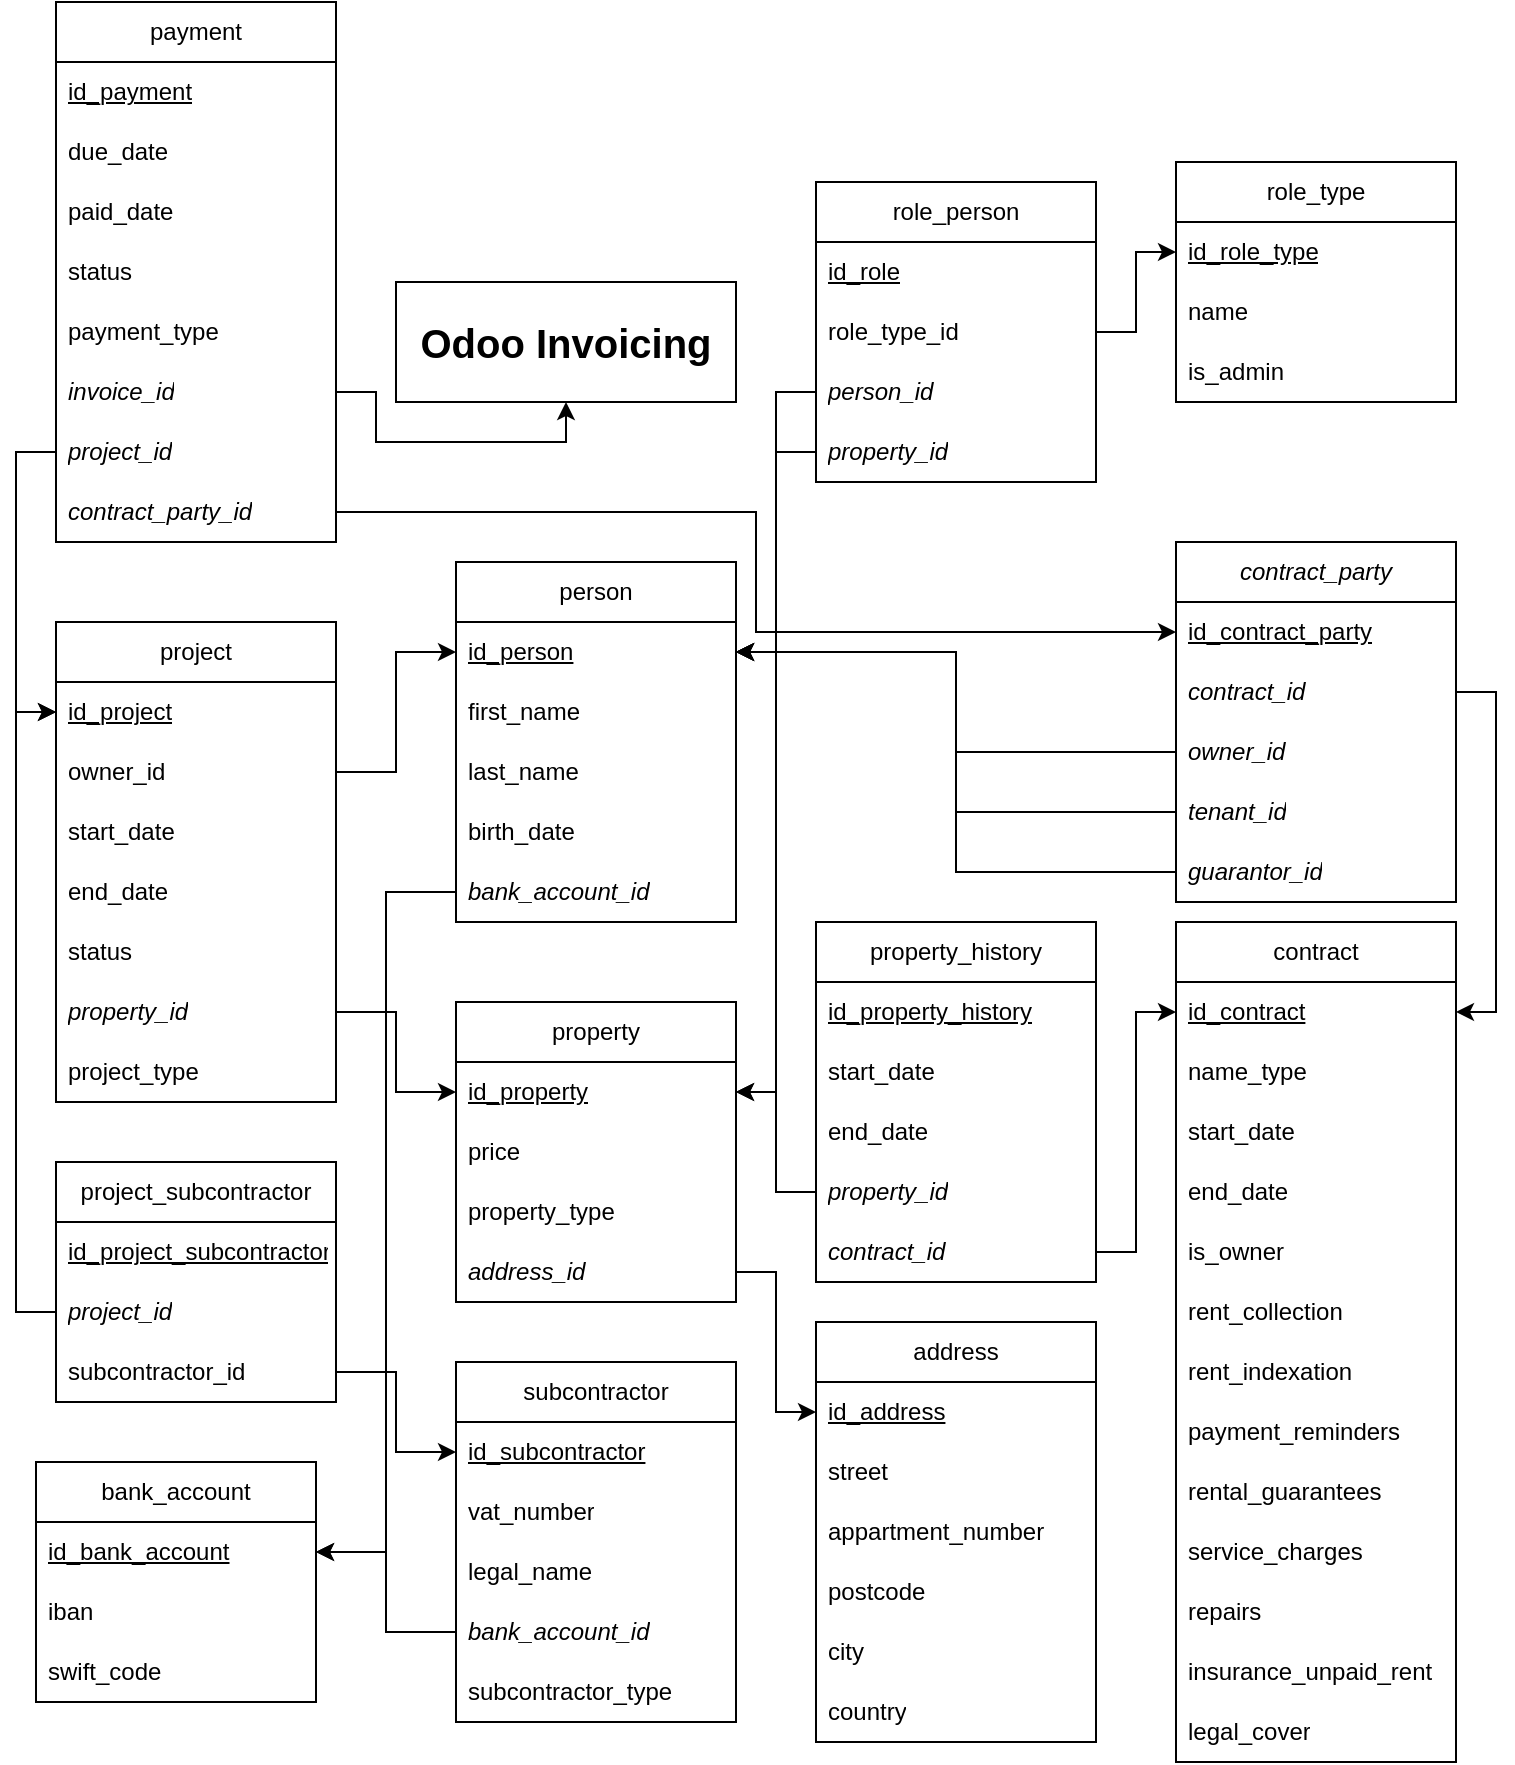
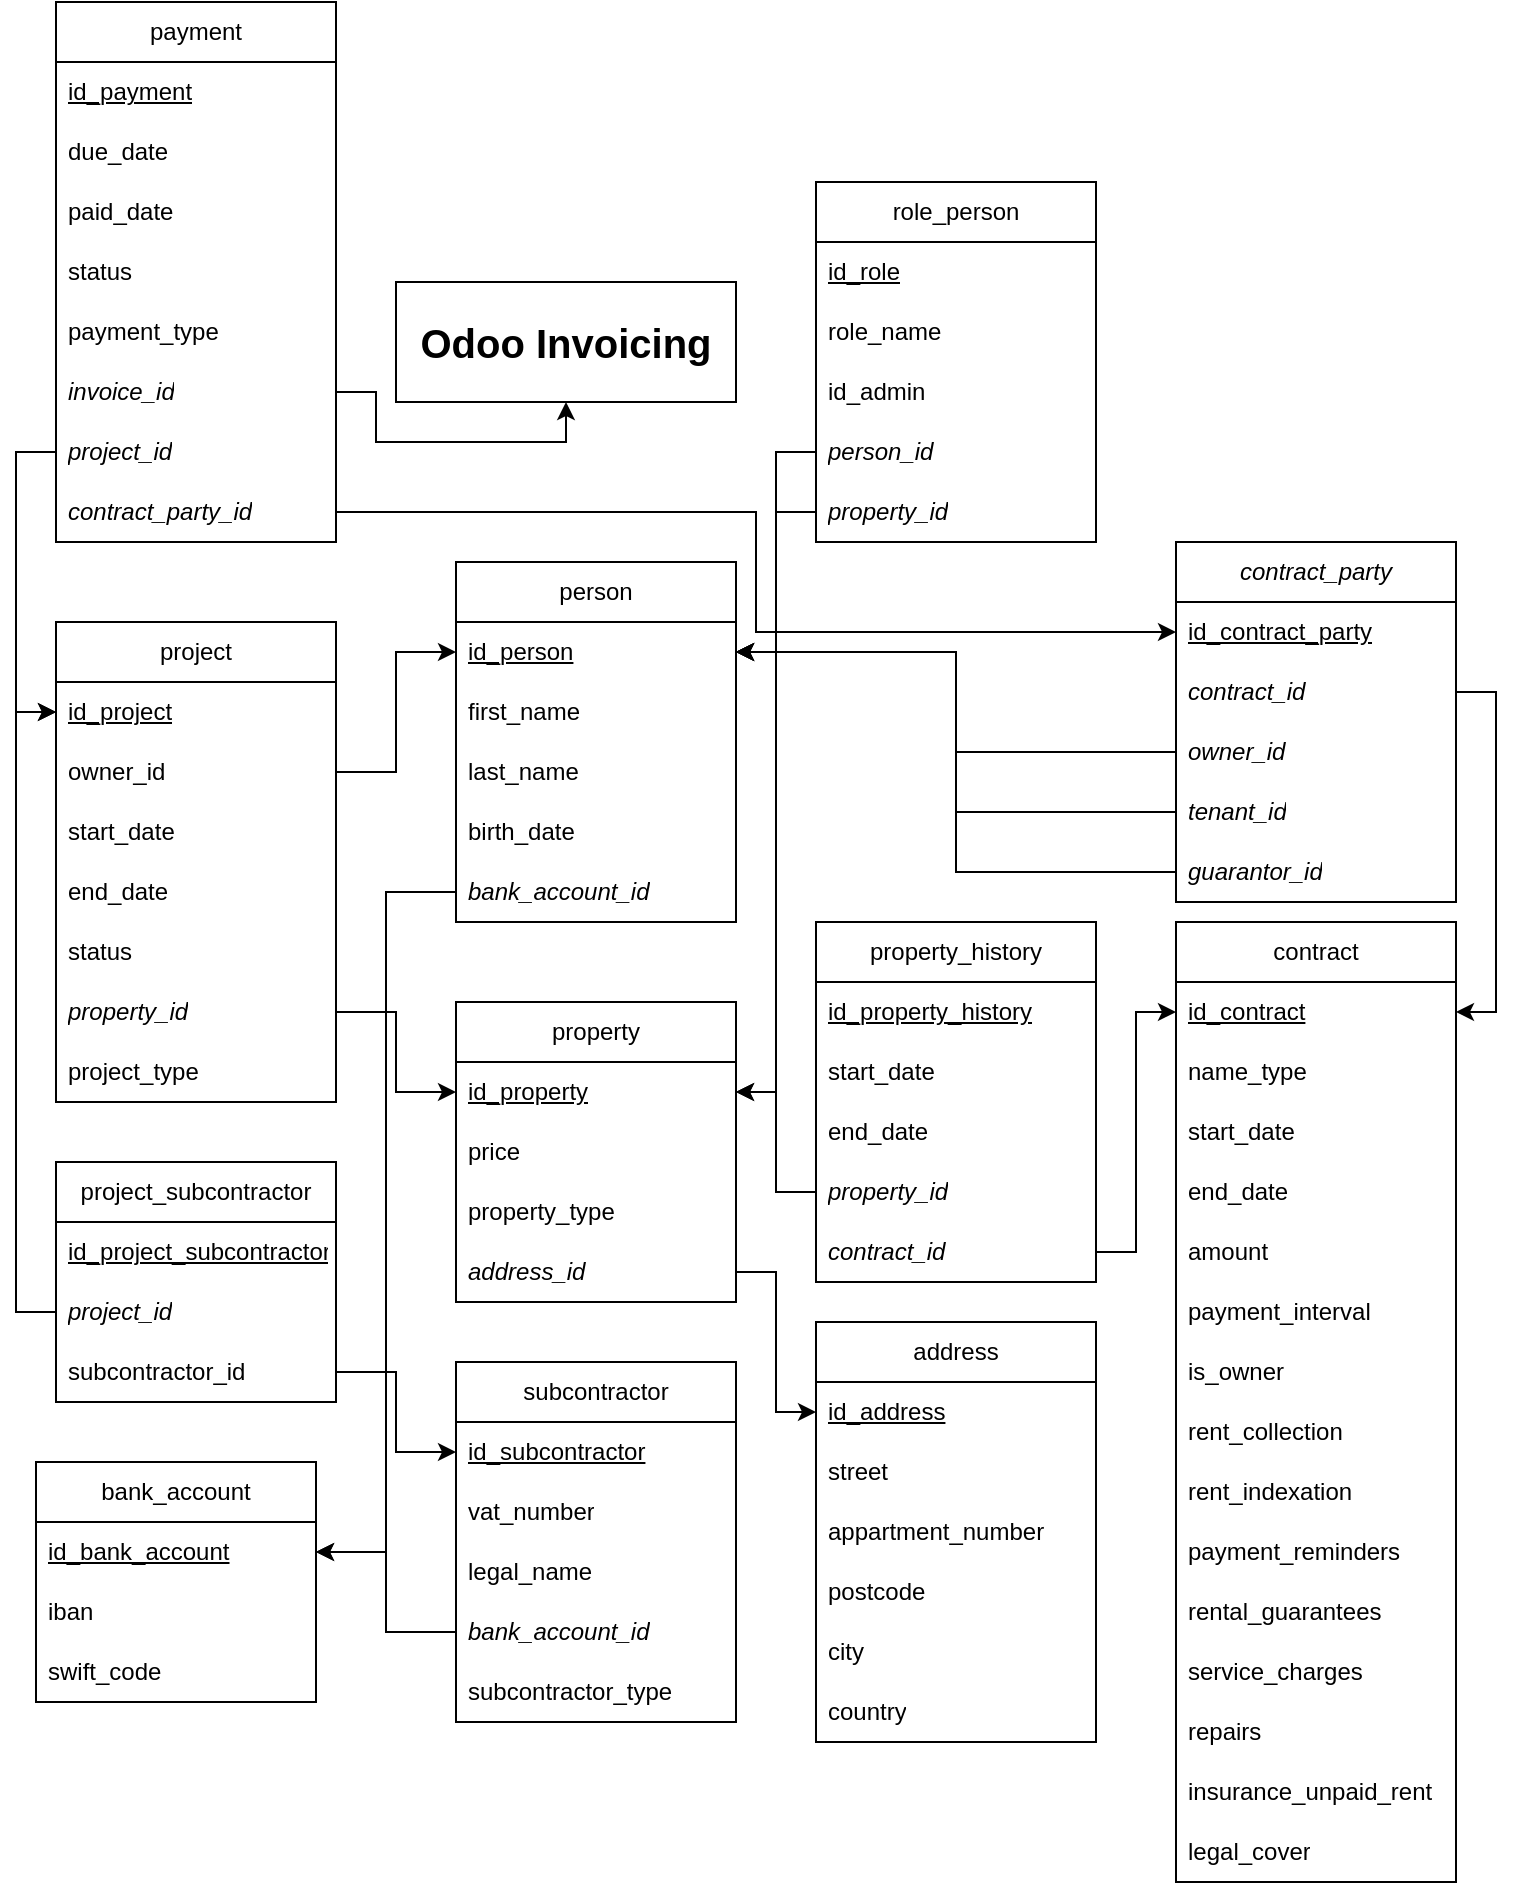
<mxfile host="app.diagrams.net">
  <diagram name="Page-1" id="N_CAwrjZhQZk1jS4N43X">
-     <mxGraphModel dx="1471" dy="1922" grid="1" gridSize="10" guides="1" tooltips="1" connect="1" arrows="1" fold="1" page="1" pageScale="1" pageWidth="827" pageHeight="1169" math="0" shadow="0">
+     <mxGraphModel dx="1046" dy="1922" grid="1" gridSize="10" guides="1" tooltips="1" connect="1" arrows="1" fold="1" page="1" pageScale="1" pageWidth="827" pageHeight="1169" math="0" shadow="0">
      <root>
        <mxCell id="0" />
        <mxCell id="1" parent="0" />
        <mxCell id="-XfJxbzq6JQ09eZ_xA_D-1" parent="1" style="swimlane;fontStyle=0;childLayout=stackLayout;horizontal=1;startSize=30;horizontalStack=0;resizeParent=1;resizeParentMax=0;resizeLast=0;collapsible=1;marginBottom=0;whiteSpace=wrap;html=1;" value="address" vertex="1">
          <mxGeometry height="210" width="140" x="450" y="480" as="geometry" />
        </mxCell>
        <mxCell id="-XfJxbzq6JQ09eZ_xA_D-2" parent="-XfJxbzq6JQ09eZ_xA_D-1" style="text;strokeColor=none;fillColor=none;align=left;verticalAlign=middle;spacingLeft=4;spacingRight=4;overflow=hidden;points=[[0,0.5],[1,0.5]];portConstraint=eastwest;rotatable=0;whiteSpace=wrap;html=1;fontStyle=4" value="id_address" vertex="1">
          <mxGeometry height="30" width="140" y="30" as="geometry" />
        </mxCell>
        <mxCell id="-XfJxbzq6JQ09eZ_xA_D-3" parent="-XfJxbzq6JQ09eZ_xA_D-1" style="text;strokeColor=none;fillColor=none;align=left;verticalAlign=middle;spacingLeft=4;spacingRight=4;overflow=hidden;points=[[0,0.5],[1,0.5]];portConstraint=eastwest;rotatable=0;whiteSpace=wrap;html=1;" value="street" vertex="1">
          <mxGeometry height="30" width="140" y="60" as="geometry" />
        </mxCell>
        <mxCell id="RtUIXuhub3uIqNVm03qg-53" parent="-XfJxbzq6JQ09eZ_xA_D-1" style="text;strokeColor=none;fillColor=none;align=left;verticalAlign=middle;spacingLeft=4;spacingRight=4;overflow=hidden;points=[[0,0.5],[1,0.5]];portConstraint=eastwest;rotatable=0;whiteSpace=wrap;html=1;" value="appartment_number" vertex="1">
          <mxGeometry height="30" width="140" y="90" as="geometry" />
        </mxCell>
        <mxCell id="-XfJxbzq6JQ09eZ_xA_D-4" parent="-XfJxbzq6JQ09eZ_xA_D-1" style="text;strokeColor=none;fillColor=none;align=left;verticalAlign=middle;spacingLeft=4;spacingRight=4;overflow=hidden;points=[[0,0.5],[1,0.5]];portConstraint=eastwest;rotatable=0;whiteSpace=wrap;html=1;" value="postcode" vertex="1">
          <mxGeometry height="30" width="140" y="120" as="geometry" />
        </mxCell>
        <mxCell id="-XfJxbzq6JQ09eZ_xA_D-29" parent="-XfJxbzq6JQ09eZ_xA_D-1" style="text;strokeColor=none;fillColor=none;align=left;verticalAlign=middle;spacingLeft=4;spacingRight=4;overflow=hidden;points=[[0,0.5],[1,0.5]];portConstraint=eastwest;rotatable=0;whiteSpace=wrap;html=1;" value="city" vertex="1">
          <mxGeometry height="30" width="140" y="150" as="geometry" />
        </mxCell>
        <mxCell id="-XfJxbzq6JQ09eZ_xA_D-30" parent="-XfJxbzq6JQ09eZ_xA_D-1" style="text;strokeColor=none;fillColor=none;align=left;verticalAlign=middle;spacingLeft=4;spacingRight=4;overflow=hidden;points=[[0,0.5],[1,0.5]];portConstraint=eastwest;rotatable=0;whiteSpace=wrap;html=1;" value="country" vertex="1">
          <mxGeometry height="30" width="140" y="180" as="geometry" />
        </mxCell>
        <mxCell id="-XfJxbzq6JQ09eZ_xA_D-5" parent="1" style="swimlane;fontStyle=0;childLayout=stackLayout;horizontal=1;startSize=30;horizontalStack=0;resizeParent=1;resizeParentMax=0;resizeLast=0;collapsible=1;marginBottom=0;whiteSpace=wrap;html=1;" value="role_person" vertex="1">
-           <mxGeometry height="150" width="140" x="450" y="-90" as="geometry" />
+           <mxGeometry height="180" width="140" x="450" y="-90" as="geometry" />
        </mxCell>
        <mxCell id="-XfJxbzq6JQ09eZ_xA_D-6" parent="-XfJxbzq6JQ09eZ_xA_D-5" style="text;strokeColor=none;fillColor=none;align=left;verticalAlign=middle;spacingLeft=4;spacingRight=4;overflow=hidden;points=[[0,0.5],[1,0.5]];portConstraint=eastwest;rotatable=0;whiteSpace=wrap;html=1;fontStyle=4" value="id_role" vertex="1">
          <mxGeometry height="30" width="140" y="30" as="geometry" />
        </mxCell>
-         <mxCell id="-XfJxbzq6JQ09eZ_xA_D-7" parent="-XfJxbzq6JQ09eZ_xA_D-5" style="text;strokeColor=none;fillColor=none;align=left;verticalAlign=middle;spacingLeft=4;spacingRight=4;overflow=hidden;points=[[0,0.5],[1,0.5]];portConstraint=eastwest;rotatable=0;whiteSpace=wrap;html=1;" value="role_type_id" vertex="1">
-           <mxGeometry height="30" width="140" y="60" as="geometry" />
+         <mxCell id="-XfJxbzq6JQ09eZ_xA_D-7" parent="-XfJxbzq6JQ09eZ_xA_D-5" style="text;strokeColor=none;fillColor=none;align=left;verticalAlign=middle;spacingLeft=4;spacingRight=4;overflow=hidden;points=[[0,0.5],[1,0.5]];portConstraint=eastwest;rotatable=0;whiteSpace=wrap;html=1;" value="role_name" vertex="1">
+           <mxGeometry height="30" width="140" y="60" as="geometry" />
+         </mxCell>
+         <mxCell id="RtUIXuhub3uIqNVm03qg-79" parent="-XfJxbzq6JQ09eZ_xA_D-5" style="text;strokeColor=none;fillColor=none;align=left;verticalAlign=middle;spacingLeft=4;spacingRight=4;overflow=hidden;points=[[0,0.5],[1,0.5]];portConstraint=eastwest;rotatable=0;whiteSpace=wrap;html=1;" value="id_admin" vertex="1">
+           <mxGeometry height="30" width="140" y="90" as="geometry" />
        </mxCell>
        <mxCell id="-XfJxbzq6JQ09eZ_xA_D-50" parent="-XfJxbzq6JQ09eZ_xA_D-5" style="text;strokeColor=none;fillColor=none;align=left;verticalAlign=middle;spacingLeft=4;spacingRight=4;overflow=hidden;points=[[0,0.5],[1,0.5]];portConstraint=eastwest;rotatable=0;whiteSpace=wrap;html=1;fontStyle=2" value="person_id" vertex="1">
-           <mxGeometry height="30" width="140" y="90" as="geometry" />
+           <mxGeometry height="30" width="140" y="120" as="geometry" />
        </mxCell>
        <mxCell id="-XfJxbzq6JQ09eZ_xA_D-51" parent="-XfJxbzq6JQ09eZ_xA_D-5" style="text;strokeColor=none;fillColor=none;align=left;verticalAlign=middle;spacingLeft=4;spacingRight=4;overflow=hidden;points=[[0,0.5],[1,0.5]];portConstraint=eastwest;rotatable=0;whiteSpace=wrap;html=1;fontStyle=2" value="property_id" vertex="1">
-           <mxGeometry height="30" width="140" y="120" as="geometry" />
+           <mxGeometry height="30" width="140" y="150" as="geometry" />
        </mxCell>
        <mxCell id="-XfJxbzq6JQ09eZ_xA_D-9" parent="1" style="swimlane;fontStyle=0;childLayout=stackLayout;horizontal=1;startSize=30;horizontalStack=0;resizeParent=1;resizeParentMax=0;resizeLast=0;collapsible=1;marginBottom=0;whiteSpace=wrap;html=1;" value="person" vertex="1">
          <mxGeometry height="180" width="140" x="270" y="100" as="geometry" />
        </mxCell>
        <mxCell id="-XfJxbzq6JQ09eZ_xA_D-10" parent="-XfJxbzq6JQ09eZ_xA_D-9" style="text;strokeColor=none;fillColor=none;align=left;verticalAlign=middle;spacingLeft=4;spacingRight=4;overflow=hidden;points=[[0,0.5],[1,0.5]];portConstraint=eastwest;rotatable=0;whiteSpace=wrap;html=1;fontStyle=4" value="id_person" vertex="1">
          <mxGeometry height="30" width="140" y="30" as="geometry" />
        </mxCell>
        <mxCell id="-XfJxbzq6JQ09eZ_xA_D-11" parent="-XfJxbzq6JQ09eZ_xA_D-9" style="text;strokeColor=none;fillColor=none;align=left;verticalAlign=middle;spacingLeft=4;spacingRight=4;overflow=hidden;points=[[0,0.5],[1,0.5]];portConstraint=eastwest;rotatable=0;whiteSpace=wrap;html=1;" value="first_name" vertex="1">
          <mxGeometry height="30" width="140" y="60" as="geometry" />
        </mxCell>
        <mxCell id="-XfJxbzq6JQ09eZ_xA_D-12" parent="-XfJxbzq6JQ09eZ_xA_D-9" style="text;strokeColor=none;fillColor=none;align=left;verticalAlign=middle;spacingLeft=4;spacingRight=4;overflow=hidden;points=[[0,0.5],[1,0.5]];portConstraint=eastwest;rotatable=0;whiteSpace=wrap;html=1;" value="last_name" vertex="1">
          <mxGeometry height="30" width="140" y="90" as="geometry" />
        </mxCell>
        <mxCell id="-XfJxbzq6JQ09eZ_xA_D-34" parent="-XfJxbzq6JQ09eZ_xA_D-9" style="text;strokeColor=none;fillColor=none;align=left;verticalAlign=middle;spacingLeft=4;spacingRight=4;overflow=hidden;points=[[0,0.5],[1,0.5]];portConstraint=eastwest;rotatable=0;whiteSpace=wrap;html=1;" value="birth_date" vertex="1">
          <mxGeometry height="30" width="140" y="120" as="geometry" />
        </mxCell>
        <mxCell id="RtUIXuhub3uIqNVm03qg-64" parent="-XfJxbzq6JQ09eZ_xA_D-9" style="text;strokeColor=none;fillColor=none;align=left;verticalAlign=middle;spacingLeft=4;spacingRight=4;overflow=hidden;points=[[0,0.5],[1,0.5]];portConstraint=eastwest;rotatable=0;whiteSpace=wrap;html=1;fontStyle=2" value="bank_account_id" vertex="1">
          <mxGeometry height="30" width="140" y="150" as="geometry" />
        </mxCell>
        <mxCell id="-XfJxbzq6JQ09eZ_xA_D-13" parent="1" style="swimlane;fontStyle=0;childLayout=stackLayout;horizontal=1;startSize=30;horizontalStack=0;resizeParent=1;resizeParentMax=0;resizeLast=0;collapsible=1;marginBottom=0;whiteSpace=wrap;html=1;" value="subcontractor" vertex="1">
          <mxGeometry height="180" width="140" x="270" y="500" as="geometry" />
        </mxCell>
        <mxCell id="-XfJxbzq6JQ09eZ_xA_D-14" parent="-XfJxbzq6JQ09eZ_xA_D-13" style="text;strokeColor=none;fillColor=none;align=left;verticalAlign=middle;spacingLeft=4;spacingRight=4;overflow=hidden;points=[[0,0.5],[1,0.5]];portConstraint=eastwest;rotatable=0;whiteSpace=wrap;html=1;fontStyle=4" value="id_subcontractor" vertex="1">
          <mxGeometry height="30" width="140" y="30" as="geometry" />
        </mxCell>
        <mxCell id="-XfJxbzq6JQ09eZ_xA_D-15" parent="-XfJxbzq6JQ09eZ_xA_D-13" style="text;strokeColor=none;fillColor=none;align=left;verticalAlign=middle;spacingLeft=4;spacingRight=4;overflow=hidden;points=[[0,0.5],[1,0.5]];portConstraint=eastwest;rotatable=0;whiteSpace=wrap;html=1;" value="vat_number" vertex="1">
          <mxGeometry height="30" width="140" y="60" as="geometry" />
        </mxCell>
        <mxCell id="-XfJxbzq6JQ09eZ_xA_D-16" parent="-XfJxbzq6JQ09eZ_xA_D-13" style="text;strokeColor=none;fillColor=none;align=left;verticalAlign=middle;spacingLeft=4;spacingRight=4;overflow=hidden;points=[[0,0.5],[1,0.5]];portConstraint=eastwest;rotatable=0;whiteSpace=wrap;html=1;" value="legal_name" vertex="1">
          <mxGeometry height="30" width="140" y="90" as="geometry" />
        </mxCell>
        <mxCell id="-XfJxbzq6JQ09eZ_xA_D-32" parent="-XfJxbzq6JQ09eZ_xA_D-13" style="text;strokeColor=none;fillColor=none;align=left;verticalAlign=middle;spacingLeft=4;spacingRight=4;overflow=hidden;points=[[0,0.5],[1,0.5]];portConstraint=eastwest;rotatable=0;whiteSpace=wrap;html=1;fontStyle=2" value="bank_account_id" vertex="1">
          <mxGeometry height="30" width="140" y="120" as="geometry" />
        </mxCell>
        <mxCell id="-XfJxbzq6JQ09eZ_xA_D-31" parent="-XfJxbzq6JQ09eZ_xA_D-13" style="text;strokeColor=none;fillColor=none;align=left;verticalAlign=middle;spacingLeft=4;spacingRight=4;overflow=hidden;points=[[0,0.5],[1,0.5]];portConstraint=eastwest;rotatable=0;whiteSpace=wrap;html=1;fontStyle=0" value="subcontractor_type" vertex="1">
          <mxGeometry height="30" width="140" y="150" as="geometry" />
        </mxCell>
        <mxCell id="-XfJxbzq6JQ09eZ_xA_D-21" parent="1" style="swimlane;fontStyle=0;childLayout=stackLayout;horizontal=1;startSize=30;horizontalStack=0;resizeParent=1;resizeParentMax=0;resizeLast=0;collapsible=1;marginBottom=0;whiteSpace=wrap;html=1;" value="property" vertex="1">
          <mxGeometry height="150" width="140" x="270" y="320" as="geometry" />
        </mxCell>
        <mxCell id="-XfJxbzq6JQ09eZ_xA_D-22" parent="-XfJxbzq6JQ09eZ_xA_D-21" style="text;strokeColor=none;fillColor=none;align=left;verticalAlign=middle;spacingLeft=4;spacingRight=4;overflow=hidden;points=[[0,0.5],[1,0.5]];portConstraint=eastwest;rotatable=0;whiteSpace=wrap;html=1;fontStyle=4" value="id_property" vertex="1">
          <mxGeometry height="30" width="140" y="30" as="geometry" />
        </mxCell>
        <mxCell id="-XfJxbzq6JQ09eZ_xA_D-23" parent="-XfJxbzq6JQ09eZ_xA_D-21" style="text;strokeColor=none;fillColor=none;align=left;verticalAlign=middle;spacingLeft=4;spacingRight=4;overflow=hidden;points=[[0,0.5],[1,0.5]];portConstraint=eastwest;rotatable=0;whiteSpace=wrap;html=1;" value="price" vertex="1">
          <mxGeometry height="30" width="140" y="60" as="geometry" />
        </mxCell>
        <mxCell id="-XfJxbzq6JQ09eZ_xA_D-41" parent="-XfJxbzq6JQ09eZ_xA_D-21" style="text;strokeColor=none;fillColor=none;align=left;verticalAlign=middle;spacingLeft=4;spacingRight=4;overflow=hidden;points=[[0,0.5],[1,0.5]];portConstraint=eastwest;rotatable=0;whiteSpace=wrap;html=1;fontStyle=0" value="property_type" vertex="1">
          <mxGeometry height="30" width="140" y="90" as="geometry" />
        </mxCell>
        <mxCell id="-XfJxbzq6JQ09eZ_xA_D-35" parent="-XfJxbzq6JQ09eZ_xA_D-21" style="text;strokeColor=none;fillColor=none;align=left;verticalAlign=middle;spacingLeft=4;spacingRight=4;overflow=hidden;points=[[0,0.5],[1,0.5]];portConstraint=eastwest;rotatable=0;whiteSpace=wrap;html=1;fontStyle=2" value="address_id" vertex="1">
          <mxGeometry height="30" width="140" y="120" as="geometry" />
        </mxCell>
        <mxCell id="-XfJxbzq6JQ09eZ_xA_D-36" edge="1" parent="1" source="-XfJxbzq6JQ09eZ_xA_D-35" style="edgeStyle=orthogonalEdgeStyle;rounded=0;orthogonalLoop=1;jettySize=auto;html=1;exitX=1;exitY=0.5;exitDx=0;exitDy=0;entryX=0;entryY=0.5;entryDx=0;entryDy=0;" target="-XfJxbzq6JQ09eZ_xA_D-2">
          <mxGeometry relative="1" as="geometry" />
        </mxCell>
-         <mxCell id="-XfJxbzq6JQ09eZ_xA_D-47" parent="1" style="swimlane;fontStyle=0;childLayout=stackLayout;horizontal=1;startSize=30;horizontalStack=0;resizeParent=1;resizeParentMax=0;resizeLast=0;collapsible=1;marginBottom=0;whiteSpace=wrap;html=1;" value="role_type" vertex="1">
-           <mxGeometry height="120" width="140" x="630" y="-100" as="geometry" />
-         </mxCell>
-         <mxCell id="-XfJxbzq6JQ09eZ_xA_D-48" parent="-XfJxbzq6JQ09eZ_xA_D-47" style="text;strokeColor=none;fillColor=none;align=left;verticalAlign=middle;spacingLeft=4;spacingRight=4;overflow=hidden;points=[[0,0.5],[1,0.5]];portConstraint=eastwest;rotatable=0;whiteSpace=wrap;html=1;fontStyle=4" value="id_role_type" vertex="1">
-           <mxGeometry height="30" width="140" y="30" as="geometry" />
-         </mxCell>
-         <mxCell id="-XfJxbzq6JQ09eZ_xA_D-49" parent="-XfJxbzq6JQ09eZ_xA_D-47" style="text;strokeColor=none;fillColor=none;align=left;verticalAlign=middle;spacingLeft=4;spacingRight=4;overflow=hidden;points=[[0,0.5],[1,0.5]];portConstraint=eastwest;rotatable=0;whiteSpace=wrap;html=1;" value="name" vertex="1">
-           <mxGeometry height="30" width="140" y="60" as="geometry" />
-         </mxCell>
-         <mxCell id="RtUIXuhub3uIqNVm03qg-21" parent="-XfJxbzq6JQ09eZ_xA_D-47" style="text;strokeColor=none;fillColor=none;align=left;verticalAlign=middle;spacingLeft=4;spacingRight=4;overflow=hidden;points=[[0,0.5],[1,0.5]];portConstraint=eastwest;rotatable=0;whiteSpace=wrap;html=1;" value="is_admin" vertex="1">
-           <mxGeometry height="30" width="140" y="90" as="geometry" />
-         </mxCell>
-         <mxCell id="-XfJxbzq6JQ09eZ_xA_D-52" edge="1" parent="1" source="-XfJxbzq6JQ09eZ_xA_D-7" style="edgeStyle=orthogonalEdgeStyle;rounded=0;orthogonalLoop=1;jettySize=auto;html=1;exitX=1;exitY=0.5;exitDx=0;exitDy=0;entryX=0;entryY=0.5;entryDx=0;entryDy=0;" target="-XfJxbzq6JQ09eZ_xA_D-48">
-           <mxGeometry relative="1" as="geometry" />
-         </mxCell>
        <mxCell id="-XfJxbzq6JQ09eZ_xA_D-53" edge="1" parent="1" source="-XfJxbzq6JQ09eZ_xA_D-50" style="edgeStyle=orthogonalEdgeStyle;rounded=0;orthogonalLoop=1;jettySize=auto;html=1;exitX=0;exitY=0.5;exitDx=0;exitDy=0;entryX=1;entryY=0.5;entryDx=0;entryDy=0;" target="-XfJxbzq6JQ09eZ_xA_D-10">
          <mxGeometry relative="1" as="geometry" />
        </mxCell>
        <mxCell id="-XfJxbzq6JQ09eZ_xA_D-54" edge="1" parent="1" source="-XfJxbzq6JQ09eZ_xA_D-51" style="edgeStyle=orthogonalEdgeStyle;rounded=0;orthogonalLoop=1;jettySize=auto;html=1;exitX=0;exitY=0.5;exitDx=0;exitDy=0;entryX=1;entryY=0.5;entryDx=0;entryDy=0;" target="-XfJxbzq6JQ09eZ_xA_D-22">
          <mxGeometry relative="1" as="geometry" />
        </mxCell>
        <mxCell id="-XfJxbzq6JQ09eZ_xA_D-55" parent="1" style="swimlane;fontStyle=0;childLayout=stackLayout;horizontal=1;startSize=30;horizontalStack=0;resizeParent=1;resizeParentMax=0;resizeLast=0;collapsible=1;marginBottom=0;whiteSpace=wrap;html=1;" value="project" vertex="1">
          <mxGeometry height="240" width="140" x="70" y="130" as="geometry" />
        </mxCell>
        <mxCell id="-XfJxbzq6JQ09eZ_xA_D-56" parent="-XfJxbzq6JQ09eZ_xA_D-55" style="text;strokeColor=none;fillColor=none;align=left;verticalAlign=middle;spacingLeft=4;spacingRight=4;overflow=hidden;points=[[0,0.5],[1,0.5]];portConstraint=eastwest;rotatable=0;whiteSpace=wrap;html=1;fontStyle=4" value="id_project" vertex="1">
          <mxGeometry height="30" width="140" y="30" as="geometry" />
        </mxCell>
        <mxCell id="-XfJxbzq6JQ09eZ_xA_D-73" parent="-XfJxbzq6JQ09eZ_xA_D-55" style="text;strokeColor=none;fillColor=none;align=left;verticalAlign=middle;spacingLeft=4;spacingRight=4;overflow=hidden;points=[[0,0.5],[1,0.5]];portConstraint=eastwest;rotatable=0;whiteSpace=wrap;html=1;fontStyle=0" value="owner_id" vertex="1">
          <mxGeometry height="30" width="140" y="60" as="geometry" />
        </mxCell>
        <mxCell id="-XfJxbzq6JQ09eZ_xA_D-84" parent="-XfJxbzq6JQ09eZ_xA_D-55" style="text;strokeColor=none;fillColor=none;align=left;verticalAlign=middle;spacingLeft=4;spacingRight=4;overflow=hidden;points=[[0,0.5],[1,0.5]];portConstraint=eastwest;rotatable=0;whiteSpace=wrap;html=1;fontStyle=0" value="start_date" vertex="1">
          <mxGeometry height="30" width="140" y="90" as="geometry" />
        </mxCell>
        <mxCell id="-XfJxbzq6JQ09eZ_xA_D-83" parent="-XfJxbzq6JQ09eZ_xA_D-55" style="text;strokeColor=none;fillColor=none;align=left;verticalAlign=middle;spacingLeft=4;spacingRight=4;overflow=hidden;points=[[0,0.5],[1,0.5]];portConstraint=eastwest;rotatable=0;whiteSpace=wrap;html=1;fontStyle=0" value="end_date" vertex="1">
          <mxGeometry height="30" width="140" y="120" as="geometry" />
        </mxCell>
        <mxCell id="-XfJxbzq6JQ09eZ_xA_D-75" parent="-XfJxbzq6JQ09eZ_xA_D-55" style="text;strokeColor=none;fillColor=none;align=left;verticalAlign=middle;spacingLeft=4;spacingRight=4;overflow=hidden;points=[[0,0.5],[1,0.5]];portConstraint=eastwest;rotatable=0;whiteSpace=wrap;html=1;fontStyle=0" value="status" vertex="1">
          <mxGeometry height="30" width="140" y="150" as="geometry" />
        </mxCell>
        <mxCell id="-XfJxbzq6JQ09eZ_xA_D-57" parent="-XfJxbzq6JQ09eZ_xA_D-55" style="text;strokeColor=none;fillColor=none;align=left;verticalAlign=middle;spacingLeft=4;spacingRight=4;overflow=hidden;points=[[0,0.5],[1,0.5]];portConstraint=eastwest;rotatable=0;whiteSpace=wrap;html=1;fontStyle=2" value="property_id" vertex="1">
          <mxGeometry height="30" width="140" y="180" as="geometry" />
        </mxCell>
        <mxCell id="-XfJxbzq6JQ09eZ_xA_D-58" parent="-XfJxbzq6JQ09eZ_xA_D-55" style="text;strokeColor=none;fillColor=none;align=left;verticalAlign=middle;spacingLeft=4;spacingRight=4;overflow=hidden;points=[[0,0.5],[1,0.5]];portConstraint=eastwest;rotatable=0;whiteSpace=wrap;html=1;fontStyle=0" value="project_type" vertex="1">
          <mxGeometry height="30" width="140" y="210" as="geometry" />
        </mxCell>
        <mxCell id="-XfJxbzq6JQ09eZ_xA_D-59" edge="1" parent="1" source="-XfJxbzq6JQ09eZ_xA_D-57" style="edgeStyle=orthogonalEdgeStyle;rounded=0;orthogonalLoop=1;jettySize=auto;html=1;exitX=1;exitY=0.5;exitDx=0;exitDy=0;entryX=0;entryY=0.5;entryDx=0;entryDy=0;" target="-XfJxbzq6JQ09eZ_xA_D-22">
          <mxGeometry relative="1" as="geometry" />
        </mxCell>
        <mxCell id="-XfJxbzq6JQ09eZ_xA_D-67" parent="1" style="swimlane;fontStyle=0;childLayout=stackLayout;horizontal=1;startSize=30;horizontalStack=0;resizeParent=1;resizeParentMax=0;resizeLast=0;collapsible=1;marginBottom=0;whiteSpace=wrap;html=1;" value="project_subcontractor" vertex="1">
          <mxGeometry height="120" width="140" x="70" y="400" as="geometry" />
        </mxCell>
        <mxCell id="-XfJxbzq6JQ09eZ_xA_D-68" parent="-XfJxbzq6JQ09eZ_xA_D-67" style="text;strokeColor=none;fillColor=none;align=left;verticalAlign=middle;spacingLeft=4;spacingRight=4;overflow=hidden;points=[[0,0.5],[1,0.5]];portConstraint=eastwest;rotatable=0;whiteSpace=wrap;html=1;fontStyle=4" value="id_project_subcontractor" vertex="1">
          <mxGeometry height="30" width="140" y="30" as="geometry" />
        </mxCell>
        <mxCell id="-XfJxbzq6JQ09eZ_xA_D-70" parent="-XfJxbzq6JQ09eZ_xA_D-67" style="text;strokeColor=none;fillColor=none;align=left;verticalAlign=middle;spacingLeft=4;spacingRight=4;overflow=hidden;points=[[0,0.5],[1,0.5]];portConstraint=eastwest;rotatable=0;whiteSpace=wrap;html=1;fontStyle=2" value="project_id" vertex="1">
          <mxGeometry height="30" width="140" y="60" as="geometry" />
        </mxCell>
        <mxCell id="-XfJxbzq6JQ09eZ_xA_D-69" parent="-XfJxbzq6JQ09eZ_xA_D-67" style="text;strokeColor=none;fillColor=none;align=left;verticalAlign=middle;spacingLeft=4;spacingRight=4;overflow=hidden;points=[[0,0.5],[1,0.5]];portConstraint=eastwest;rotatable=0;whiteSpace=wrap;html=1;" value="subcontractor_id" vertex="1">
          <mxGeometry height="30" width="140" y="90" as="geometry" />
        </mxCell>
        <mxCell id="-XfJxbzq6JQ09eZ_xA_D-71" edge="1" parent="1" source="-XfJxbzq6JQ09eZ_xA_D-70" style="edgeStyle=orthogonalEdgeStyle;rounded=0;orthogonalLoop=1;jettySize=auto;html=1;exitX=0;exitY=0.5;exitDx=0;exitDy=0;entryX=0;entryY=0.5;entryDx=0;entryDy=0;" target="-XfJxbzq6JQ09eZ_xA_D-56">
          <mxGeometry relative="1" as="geometry" />
        </mxCell>
        <mxCell id="-XfJxbzq6JQ09eZ_xA_D-72" edge="1" parent="1" source="-XfJxbzq6JQ09eZ_xA_D-69" style="edgeStyle=orthogonalEdgeStyle;rounded=0;orthogonalLoop=1;jettySize=auto;html=1;exitX=1;exitY=0.5;exitDx=0;exitDy=0;" target="-XfJxbzq6JQ09eZ_xA_D-14">
          <mxGeometry relative="1" as="geometry" />
        </mxCell>
        <mxCell id="-XfJxbzq6JQ09eZ_xA_D-74" edge="1" parent="1" source="-XfJxbzq6JQ09eZ_xA_D-73" style="edgeStyle=orthogonalEdgeStyle;rounded=0;orthogonalLoop=1;jettySize=auto;html=1;exitX=1;exitY=0.5;exitDx=0;exitDy=0;" target="-XfJxbzq6JQ09eZ_xA_D-10">
          <mxGeometry relative="1" as="geometry" />
        </mxCell>
        <mxCell id="hiM_5lz4yuGm2L0x1Q8l-1" parent="1" style="swimlane;fontStyle=0;childLayout=stackLayout;horizontal=1;startSize=30;horizontalStack=0;resizeParent=1;resizeParentMax=0;resizeLast=0;collapsible=1;marginBottom=0;whiteSpace=wrap;html=1;" value="payment" vertex="1">
          <mxGeometry height="270" width="140" x="70" y="-180" as="geometry" />
        </mxCell>
        <mxCell id="hiM_5lz4yuGm2L0x1Q8l-2" parent="hiM_5lz4yuGm2L0x1Q8l-1" style="text;strokeColor=none;fillColor=none;align=left;verticalAlign=middle;spacingLeft=4;spacingRight=4;overflow=hidden;points=[[0,0.5],[1,0.5]];portConstraint=eastwest;rotatable=0;whiteSpace=wrap;html=1;fontStyle=4" value="id_payment" vertex="1">
          <mxGeometry height="30" width="140" y="30" as="geometry" />
        </mxCell>
        <mxCell id="RtUIXuhub3uIqNVm03qg-2" parent="hiM_5lz4yuGm2L0x1Q8l-1" style="text;strokeColor=none;fillColor=none;align=left;verticalAlign=middle;spacingLeft=4;spacingRight=4;overflow=hidden;points=[[0,0.5],[1,0.5]];portConstraint=eastwest;rotatable=0;whiteSpace=wrap;html=1;" value="due_date" vertex="1">
          <mxGeometry height="30" width="140" y="60" as="geometry" />
        </mxCell>
        <mxCell id="hiM_5lz4yuGm2L0x1Q8l-3" parent="hiM_5lz4yuGm2L0x1Q8l-1" style="text;strokeColor=none;fillColor=none;align=left;verticalAlign=middle;spacingLeft=4;spacingRight=4;overflow=hidden;points=[[0,0.5],[1,0.5]];portConstraint=eastwest;rotatable=0;whiteSpace=wrap;html=1;" value="paid_date" vertex="1">
          <mxGeometry height="30" width="140" y="90" as="geometry" />
        </mxCell>
        <mxCell id="RtUIXuhub3uIqNVm03qg-1" parent="hiM_5lz4yuGm2L0x1Q8l-1" style="text;strokeColor=none;fillColor=none;align=left;verticalAlign=middle;spacingLeft=4;spacingRight=4;overflow=hidden;points=[[0,0.5],[1,0.5]];portConstraint=eastwest;rotatable=0;whiteSpace=wrap;html=1;" value="status" vertex="1">
          <mxGeometry height="30" width="140" y="120" as="geometry" />
        </mxCell>
        <mxCell id="RtUIXuhub3uIqNVm03qg-11" parent="hiM_5lz4yuGm2L0x1Q8l-1" style="text;strokeColor=none;fillColor=none;align=left;verticalAlign=middle;spacingLeft=4;spacingRight=4;overflow=hidden;points=[[0,0.5],[1,0.5]];portConstraint=eastwest;rotatable=0;whiteSpace=wrap;html=1;fontStyle=0" value="payment_type" vertex="1">
          <mxGeometry height="30" width="140" y="150" as="geometry" />
        </mxCell>
        <mxCell id="hiM_5lz4yuGm2L0x1Q8l-4" parent="hiM_5lz4yuGm2L0x1Q8l-1" style="text;strokeColor=none;fillColor=none;align=left;verticalAlign=middle;spacingLeft=4;spacingRight=4;overflow=hidden;points=[[0,0.5],[1,0.5]];portConstraint=eastwest;rotatable=0;whiteSpace=wrap;html=1;fontStyle=2" value="invoice_id" vertex="1">
          <mxGeometry height="30" width="140" y="180" as="geometry" />
        </mxCell>
        <mxCell id="RtUIXuhub3uIqNVm03qg-10" parent="hiM_5lz4yuGm2L0x1Q8l-1" style="text;strokeColor=none;fillColor=none;align=left;verticalAlign=middle;spacingLeft=4;spacingRight=4;overflow=hidden;points=[[0,0.5],[1,0.5]];portConstraint=eastwest;rotatable=0;whiteSpace=wrap;html=1;fontStyle=2" value="project_id" vertex="1">
          <mxGeometry height="30" width="140" y="210" as="geometry" />
        </mxCell>
        <mxCell id="RtUIXuhub3uIqNVm03qg-77" parent="hiM_5lz4yuGm2L0x1Q8l-1" style="text;strokeColor=none;fillColor=none;align=left;verticalAlign=middle;spacingLeft=4;spacingRight=4;overflow=hidden;points=[[0,0.5],[1,0.5]];portConstraint=eastwest;rotatable=0;whiteSpace=wrap;html=1;fontStyle=2" value="contract_party_id" vertex="1">
          <mxGeometry height="30" width="140" y="240" as="geometry" />
        </mxCell>
        <mxCell id="RtUIXuhub3uIqNVm03qg-7" parent="1" style="rounded=0;whiteSpace=wrap;html=1;" value="" vertex="1">
          <mxGeometry height="60" width="170" x="240" y="-40" as="geometry" />
        </mxCell>
        <mxCell id="RtUIXuhub3uIqNVm03qg-8" parent="1" style="text;html=1;whiteSpace=wrap;strokeColor=none;fillColor=none;align=center;verticalAlign=middle;rounded=0;fontStyle=1" value="&lt;font style=&quot;font-size: 20px;&quot;&gt;Odoo Invoicing&lt;/font&gt;" vertex="1">
          <mxGeometry height="30" width="150" x="250" y="-25" as="geometry" />
        </mxCell>
        <mxCell id="RtUIXuhub3uIqNVm03qg-9" edge="1" parent="1" source="hiM_5lz4yuGm2L0x1Q8l-4" style="edgeStyle=orthogonalEdgeStyle;rounded=0;orthogonalLoop=1;jettySize=auto;html=1;exitX=1;exitY=0.5;exitDx=0;exitDy=0;entryX=0.5;entryY=1;entryDx=0;entryDy=0;" target="RtUIXuhub3uIqNVm03qg-7">
          <mxGeometry relative="1" as="geometry" />
        </mxCell>
        <mxCell id="RtUIXuhub3uIqNVm03qg-13" edge="1" parent="1" source="RtUIXuhub3uIqNVm03qg-10" style="edgeStyle=orthogonalEdgeStyle;rounded=0;orthogonalLoop=1;jettySize=auto;html=1;exitX=0;exitY=0.5;exitDx=0;exitDy=0;entryX=0;entryY=0.5;entryDx=0;entryDy=0;" target="-XfJxbzq6JQ09eZ_xA_D-56">
          <mxGeometry relative="1" as="geometry" />
        </mxCell>
        <mxCell id="RtUIXuhub3uIqNVm03qg-24" parent="1" style="swimlane;fontStyle=0;childLayout=stackLayout;horizontal=1;startSize=30;horizontalStack=0;resizeParent=1;resizeParentMax=0;resizeLast=0;collapsible=1;marginBottom=0;whiteSpace=wrap;html=1;" value="contract" vertex="1">
-           <mxGeometry height="420" width="140" x="630" y="280" as="geometry" />
+           <mxGeometry height="480" width="140" x="630" y="280" as="geometry" />
        </mxCell>
        <mxCell id="RtUIXuhub3uIqNVm03qg-25" parent="RtUIXuhub3uIqNVm03qg-24" style="text;strokeColor=none;fillColor=none;align=left;verticalAlign=middle;spacingLeft=4;spacingRight=4;overflow=hidden;points=[[0,0.5],[1,0.5]];portConstraint=eastwest;rotatable=0;whiteSpace=wrap;html=1;fontStyle=4" value="id_contract" vertex="1">
          <mxGeometry height="30" width="140" y="30" as="geometry" />
        </mxCell>
        <mxCell id="RtUIXuhub3uIqNVm03qg-26" parent="RtUIXuhub3uIqNVm03qg-24" style="text;strokeColor=none;fillColor=none;align=left;verticalAlign=middle;spacingLeft=4;spacingRight=4;overflow=hidden;points=[[0,0.5],[1,0.5]];portConstraint=eastwest;rotatable=0;whiteSpace=wrap;html=1;" value="name_type" vertex="1">
          <mxGeometry height="30" width="140" y="60" as="geometry" />
        </mxCell>
        <mxCell id="RtUIXuhub3uIqNVm03qg-37" parent="RtUIXuhub3uIqNVm03qg-24" style="text;strokeColor=none;fillColor=none;align=left;verticalAlign=middle;spacingLeft=4;spacingRight=4;overflow=hidden;points=[[0,0.5],[1,0.5]];portConstraint=eastwest;rotatable=0;whiteSpace=wrap;html=1;" value="start_date" vertex="1">
          <mxGeometry height="30" width="140" y="90" as="geometry" />
        </mxCell>
        <mxCell id="RtUIXuhub3uIqNVm03qg-36" parent="RtUIXuhub3uIqNVm03qg-24" style="text;strokeColor=none;fillColor=none;align=left;verticalAlign=middle;spacingLeft=4;spacingRight=4;overflow=hidden;points=[[0,0.5],[1,0.5]];portConstraint=eastwest;rotatable=0;whiteSpace=wrap;html=1;" value="end_date" vertex="1">
          <mxGeometry height="30" width="140" y="120" as="geometry" />
        </mxCell>
+         <mxCell id="RtUIXuhub3uIqNVm03qg-80" parent="RtUIXuhub3uIqNVm03qg-24" style="text;strokeColor=none;fillColor=none;align=left;verticalAlign=middle;spacingLeft=4;spacingRight=4;overflow=hidden;points=[[0,0.5],[1,0.5]];portConstraint=eastwest;rotatable=0;whiteSpace=wrap;html=1;" value="amount" vertex="1">
+           <mxGeometry height="30" width="140" y="150" as="geometry" />
+         </mxCell>
+         <mxCell id="RtUIXuhub3uIqNVm03qg-81" parent="RtUIXuhub3uIqNVm03qg-24" style="text;strokeColor=none;fillColor=none;align=left;verticalAlign=middle;spacingLeft=4;spacingRight=4;overflow=hidden;points=[[0,0.5],[1,0.5]];portConstraint=eastwest;rotatable=0;whiteSpace=wrap;html=1;" value="payment_interval" vertex="1">
+           <mxGeometry height="30" width="140" y="180" as="geometry" />
+         </mxCell>
        <mxCell id="RtUIXuhub3uIqNVm03qg-52" parent="RtUIXuhub3uIqNVm03qg-24" style="text;strokeColor=none;fillColor=none;align=left;verticalAlign=middle;spacingLeft=4;spacingRight=4;overflow=hidden;points=[[0,0.5],[1,0.5]];portConstraint=eastwest;rotatable=0;whiteSpace=wrap;html=1;" value="is_owner" vertex="1">
-           <mxGeometry height="30" width="140" y="150" as="geometry" />
+           <mxGeometry height="30" width="140" y="210" as="geometry" />
        </mxCell>
        <mxCell id="RtUIXuhub3uIqNVm03qg-27" parent="RtUIXuhub3uIqNVm03qg-24" style="text;strokeColor=none;fillColor=none;align=left;verticalAlign=middle;spacingLeft=4;spacingRight=4;overflow=hidden;points=[[0,0.5],[1,0.5]];portConstraint=eastwest;rotatable=0;whiteSpace=wrap;html=1;" value="rent_collection" vertex="1">
-           <mxGeometry height="30" width="140" y="180" as="geometry" />
+           <mxGeometry height="30" width="140" y="240" as="geometry" />
        </mxCell>
        <mxCell id="RtUIXuhub3uIqNVm03qg-32" parent="RtUIXuhub3uIqNVm03qg-24" style="text;strokeColor=none;fillColor=none;align=left;verticalAlign=middle;spacingLeft=4;spacingRight=4;overflow=hidden;points=[[0,0.5],[1,0.5]];portConstraint=eastwest;rotatable=0;whiteSpace=wrap;html=1;" value="rent_indexation" vertex="1">
-           <mxGeometry height="30" width="140" y="210" as="geometry" />
+           <mxGeometry height="30" width="140" y="270" as="geometry" />
        </mxCell>
        <mxCell id="RtUIXuhub3uIqNVm03qg-31" parent="RtUIXuhub3uIqNVm03qg-24" style="text;strokeColor=none;fillColor=none;align=left;verticalAlign=middle;spacingLeft=4;spacingRight=4;overflow=hidden;points=[[0,0.5],[1,0.5]];portConstraint=eastwest;rotatable=0;whiteSpace=wrap;html=1;" value="payment_reminders" vertex="1">
-           <mxGeometry height="30" width="140" y="240" as="geometry" />
+           <mxGeometry height="30" width="140" y="300" as="geometry" />
        </mxCell>
        <mxCell id="RtUIXuhub3uIqNVm03qg-30" parent="RtUIXuhub3uIqNVm03qg-24" style="text;strokeColor=none;fillColor=none;align=left;verticalAlign=middle;spacingLeft=4;spacingRight=4;overflow=hidden;points=[[0,0.5],[1,0.5]];portConstraint=eastwest;rotatable=0;whiteSpace=wrap;html=1;" value="rental_guarantees" vertex="1">
-           <mxGeometry height="30" width="140" y="270" as="geometry" />
+           <mxGeometry height="30" width="140" y="330" as="geometry" />
        </mxCell>
        <mxCell id="RtUIXuhub3uIqNVm03qg-29" parent="RtUIXuhub3uIqNVm03qg-24" style="text;strokeColor=none;fillColor=none;align=left;verticalAlign=middle;spacingLeft=4;spacingRight=4;overflow=hidden;points=[[0,0.5],[1,0.5]];portConstraint=eastwest;rotatable=0;whiteSpace=wrap;html=1;" value="service_charges" vertex="1">
-           <mxGeometry height="30" width="140" y="300" as="geometry" />
+           <mxGeometry height="30" width="140" y="360" as="geometry" />
        </mxCell>
        <mxCell id="RtUIXuhub3uIqNVm03qg-28" parent="RtUIXuhub3uIqNVm03qg-24" style="text;strokeColor=none;fillColor=none;align=left;verticalAlign=middle;spacingLeft=4;spacingRight=4;overflow=hidden;points=[[0,0.5],[1,0.5]];portConstraint=eastwest;rotatable=0;whiteSpace=wrap;html=1;" value="repairs" vertex="1">
-           <mxGeometry height="30" width="140" y="330" as="geometry" />
+           <mxGeometry height="30" width="140" y="390" as="geometry" />
        </mxCell>
        <mxCell id="RtUIXuhub3uIqNVm03qg-34" parent="RtUIXuhub3uIqNVm03qg-24" style="text;strokeColor=none;fillColor=none;align=left;verticalAlign=middle;spacingLeft=4;spacingRight=4;overflow=hidden;points=[[0,0.5],[1,0.5]];portConstraint=eastwest;rotatable=0;whiteSpace=wrap;html=1;" value="insurance_unpaid_rent" vertex="1">
-           <mxGeometry height="30" width="140" y="360" as="geometry" />
+           <mxGeometry height="30" width="140" y="420" as="geometry" />
        </mxCell>
        <mxCell id="RtUIXuhub3uIqNVm03qg-33" parent="RtUIXuhub3uIqNVm03qg-24" style="text;strokeColor=none;fillColor=none;align=left;verticalAlign=middle;spacingLeft=4;spacingRight=4;overflow=hidden;points=[[0,0.5],[1,0.5]];portConstraint=eastwest;rotatable=0;whiteSpace=wrap;html=1;" value="legal_cover" vertex="1">
-           <mxGeometry height="30" width="140" y="390" as="geometry" />
+           <mxGeometry height="30" width="140" y="450" as="geometry" />
        </mxCell>
        <mxCell id="RtUIXuhub3uIqNVm03qg-38" parent="1" style="swimlane;fontStyle=0;childLayout=stackLayout;horizontal=1;startSize=30;horizontalStack=0;resizeParent=1;resizeParentMax=0;resizeLast=0;collapsible=1;marginBottom=0;whiteSpace=wrap;html=1;" value="property_history" vertex="1">
          <mxGeometry height="180" width="140" x="450" y="280" as="geometry" />
        </mxCell>
        <mxCell id="RtUIXuhub3uIqNVm03qg-39" parent="RtUIXuhub3uIqNVm03qg-38" style="text;strokeColor=none;fillColor=none;align=left;verticalAlign=middle;spacingLeft=4;spacingRight=4;overflow=hidden;points=[[0,0.5],[1,0.5]];portConstraint=eastwest;rotatable=0;whiteSpace=wrap;html=1;fontStyle=4" value="id_property_history" vertex="1">
          <mxGeometry height="30" width="140" y="30" as="geometry" />
        </mxCell>
        <mxCell id="RtUIXuhub3uIqNVm03qg-43" parent="RtUIXuhub3uIqNVm03qg-38" style="text;strokeColor=none;fillColor=none;align=left;verticalAlign=middle;spacingLeft=4;spacingRight=4;overflow=hidden;points=[[0,0.5],[1,0.5]];portConstraint=eastwest;rotatable=0;whiteSpace=wrap;html=1;" value="start_date" vertex="1">
          <mxGeometry height="30" width="140" y="60" as="geometry" />
        </mxCell>
        <mxCell id="RtUIXuhub3uIqNVm03qg-42" parent="RtUIXuhub3uIqNVm03qg-38" style="text;strokeColor=none;fillColor=none;align=left;verticalAlign=middle;spacingLeft=4;spacingRight=4;overflow=hidden;points=[[0,0.5],[1,0.5]];portConstraint=eastwest;rotatable=0;whiteSpace=wrap;html=1;" value="end_date" vertex="1">
          <mxGeometry height="30" width="140" y="90" as="geometry" />
        </mxCell>
        <mxCell id="RtUIXuhub3uIqNVm03qg-40" parent="RtUIXuhub3uIqNVm03qg-38" style="text;strokeColor=none;fillColor=none;align=left;verticalAlign=middle;spacingLeft=4;spacingRight=4;overflow=hidden;points=[[0,0.5],[1,0.5]];portConstraint=eastwest;rotatable=0;whiteSpace=wrap;html=1;fontStyle=2" value="property_id" vertex="1">
          <mxGeometry height="30" width="140" y="120" as="geometry" />
        </mxCell>
        <mxCell id="RtUIXuhub3uIqNVm03qg-41" parent="RtUIXuhub3uIqNVm03qg-38" style="text;strokeColor=none;fillColor=none;align=left;verticalAlign=middle;spacingLeft=4;spacingRight=4;overflow=hidden;points=[[0,0.5],[1,0.5]];portConstraint=eastwest;rotatable=0;whiteSpace=wrap;html=1;fontStyle=2" value="contract_id" vertex="1">
          <mxGeometry height="30" width="140" y="150" as="geometry" />
        </mxCell>
        <mxCell id="RtUIXuhub3uIqNVm03qg-44" edge="1" parent="1" source="RtUIXuhub3uIqNVm03qg-41" style="edgeStyle=orthogonalEdgeStyle;rounded=0;orthogonalLoop=1;jettySize=auto;html=1;exitX=1;exitY=0.5;exitDx=0;exitDy=0;entryX=0;entryY=0.5;entryDx=0;entryDy=0;" target="RtUIXuhub3uIqNVm03qg-25">
          <mxGeometry relative="1" as="geometry" />
        </mxCell>
        <mxCell id="RtUIXuhub3uIqNVm03qg-45" edge="1" parent="1" source="RtUIXuhub3uIqNVm03qg-40" style="edgeStyle=orthogonalEdgeStyle;rounded=0;orthogonalLoop=1;jettySize=auto;html=1;exitX=0;exitY=0.5;exitDx=0;exitDy=0;entryX=1;entryY=0.5;entryDx=0;entryDy=0;" target="-XfJxbzq6JQ09eZ_xA_D-22">
          <mxGeometry relative="1" as="geometry" />
        </mxCell>
        <mxCell id="RtUIXuhub3uIqNVm03qg-56" edge="1" parent="1" source="RtUIXuhub3uIqNVm03qg-55" style="edgeStyle=orthogonalEdgeStyle;rounded=0;orthogonalLoop=1;jettySize=auto;html=1;exitX=1;exitY=0.5;exitDx=0;exitDy=0;entryX=1;entryY=0.5;entryDx=0;entryDy=0;" target="-XfJxbzq6JQ09eZ_xA_D-10">
          <mxGeometry relative="1" as="geometry" />
        </mxCell>
        <mxCell id="RtUIXuhub3uIqNVm03qg-57" edge="1" parent="1" source="RtUIXuhub3uIqNVm03qg-54" style="edgeStyle=orthogonalEdgeStyle;rounded=0;orthogonalLoop=1;jettySize=auto;html=1;exitX=1;exitY=0.5;exitDx=0;exitDy=0;entryX=1;entryY=0.5;entryDx=0;entryDy=0;" target="-XfJxbzq6JQ09eZ_xA_D-10">
          <mxGeometry relative="1" as="geometry" />
        </mxCell>
        <mxCell id="RtUIXuhub3uIqNVm03qg-59" parent="1" style="swimlane;fontStyle=0;childLayout=stackLayout;horizontal=1;startSize=30;horizontalStack=0;resizeParent=1;resizeParentMax=0;resizeLast=0;collapsible=1;marginBottom=0;whiteSpace=wrap;html=1;" value="bank_account" vertex="1">
          <mxGeometry height="120" width="140" x="60" y="550" as="geometry" />
        </mxCell>
        <mxCell id="RtUIXuhub3uIqNVm03qg-60" parent="RtUIXuhub3uIqNVm03qg-59" style="text;strokeColor=none;fillColor=none;align=left;verticalAlign=middle;spacingLeft=4;spacingRight=4;overflow=hidden;points=[[0,0.5],[1,0.5]];portConstraint=eastwest;rotatable=0;whiteSpace=wrap;html=1;fontStyle=4" value="id_bank_account" vertex="1">
          <mxGeometry height="30" width="140" y="30" as="geometry" />
        </mxCell>
        <mxCell id="RtUIXuhub3uIqNVm03qg-61" parent="RtUIXuhub3uIqNVm03qg-59" style="text;strokeColor=none;fillColor=none;align=left;verticalAlign=middle;spacingLeft=4;spacingRight=4;overflow=hidden;points=[[0,0.5],[1,0.5]];portConstraint=eastwest;rotatable=0;whiteSpace=wrap;html=1;" value="iban" vertex="1">
          <mxGeometry height="30" width="140" y="60" as="geometry" />
        </mxCell>
        <mxCell id="RtUIXuhub3uIqNVm03qg-62" parent="RtUIXuhub3uIqNVm03qg-59" style="text;strokeColor=none;fillColor=none;align=left;verticalAlign=middle;spacingLeft=4;spacingRight=4;overflow=hidden;points=[[0,0.5],[1,0.5]];portConstraint=eastwest;rotatable=0;whiteSpace=wrap;html=1;" value="swift_code" vertex="1">
          <mxGeometry height="30" width="140" y="90" as="geometry" />
        </mxCell>
        <mxCell id="RtUIXuhub3uIqNVm03qg-63" edge="1" parent="1" source="-XfJxbzq6JQ09eZ_xA_D-32" style="edgeStyle=orthogonalEdgeStyle;rounded=0;orthogonalLoop=1;jettySize=auto;html=1;exitX=0;exitY=0.5;exitDx=0;exitDy=0;" target="RtUIXuhub3uIqNVm03qg-60">
          <mxGeometry relative="1" as="geometry" />
        </mxCell>
        <mxCell id="RtUIXuhub3uIqNVm03qg-65" edge="1" parent="1" source="RtUIXuhub3uIqNVm03qg-64" style="edgeStyle=orthogonalEdgeStyle;rounded=0;orthogonalLoop=1;jettySize=auto;html=1;exitX=0;exitY=0.5;exitDx=0;exitDy=0;entryX=1;entryY=0.5;entryDx=0;entryDy=0;" target="RtUIXuhub3uIqNVm03qg-60">
          <mxGeometry relative="1" as="geometry" />
        </mxCell>
        <mxCell id="RtUIXuhub3uIqNVm03qg-66" parent="1" style="swimlane;fontStyle=2;childLayout=stackLayout;horizontal=1;startSize=30;horizontalStack=0;resizeParent=1;resizeParentMax=0;resizeLast=0;collapsible=1;marginBottom=0;whiteSpace=wrap;html=1;" value="contract_party" vertex="1">
          <mxGeometry height="180" width="140" x="630" y="90" as="geometry" />
        </mxCell>
        <mxCell id="RtUIXuhub3uIqNVm03qg-67" parent="RtUIXuhub3uIqNVm03qg-66" style="text;strokeColor=none;fillColor=none;align=left;verticalAlign=middle;spacingLeft=4;spacingRight=4;overflow=hidden;points=[[0,0.5],[1,0.5]];portConstraint=eastwest;rotatable=0;whiteSpace=wrap;html=1;fontStyle=4" value="id_contract_party" vertex="1">
          <mxGeometry height="30" width="140" y="30" as="geometry" />
        </mxCell>
        <mxCell id="RtUIXuhub3uIqNVm03qg-75" parent="RtUIXuhub3uIqNVm03qg-66" style="text;strokeColor=none;fillColor=none;align=left;verticalAlign=middle;spacingLeft=4;spacingRight=4;overflow=hidden;points=[[0,0.5],[1,0.5]];portConstraint=eastwest;rotatable=0;whiteSpace=wrap;html=1;fontStyle=2" value="contract_id" vertex="1">
          <mxGeometry height="30" width="140" y="60" as="geometry" />
        </mxCell>
        <mxCell id="RtUIXuhub3uIqNVm03qg-68" parent="RtUIXuhub3uIqNVm03qg-66" style="text;strokeColor=none;fillColor=none;align=left;verticalAlign=middle;spacingLeft=4;spacingRight=4;overflow=hidden;points=[[0,0.5],[1,0.5]];portConstraint=eastwest;rotatable=0;whiteSpace=wrap;html=1;fontStyle=2" value="owner_id" vertex="1">
          <mxGeometry height="30" width="140" y="90" as="geometry" />
        </mxCell>
        <mxCell id="RtUIXuhub3uIqNVm03qg-69" parent="RtUIXuhub3uIqNVm03qg-66" style="text;strokeColor=none;fillColor=none;align=left;verticalAlign=middle;spacingLeft=4;spacingRight=4;overflow=hidden;points=[[0,0.5],[1,0.5]];portConstraint=eastwest;rotatable=0;whiteSpace=wrap;html=1;fontStyle=2" value="tenant_id" vertex="1">
          <mxGeometry height="30" width="140" y="120" as="geometry" />
        </mxCell>
        <mxCell id="RtUIXuhub3uIqNVm03qg-70" parent="RtUIXuhub3uIqNVm03qg-66" style="text;strokeColor=none;fillColor=none;align=left;verticalAlign=middle;spacingLeft=4;spacingRight=4;overflow=hidden;points=[[0,0.5],[1,0.5]];portConstraint=eastwest;rotatable=0;whiteSpace=wrap;html=1;fontStyle=2" value="guarantor_id" vertex="1">
          <mxGeometry height="30" width="140" y="150" as="geometry" />
        </mxCell>
        <mxCell id="RtUIXuhub3uIqNVm03qg-71" edge="1" parent="1" source="RtUIXuhub3uIqNVm03qg-68" style="edgeStyle=orthogonalEdgeStyle;rounded=0;orthogonalLoop=1;jettySize=auto;html=1;exitX=0;exitY=0.5;exitDx=0;exitDy=0;entryX=1;entryY=0.5;entryDx=0;entryDy=0;" target="-XfJxbzq6JQ09eZ_xA_D-10">
          <mxGeometry relative="1" as="geometry" />
        </mxCell>
        <mxCell id="RtUIXuhub3uIqNVm03qg-73" edge="1" parent="1" source="RtUIXuhub3uIqNVm03qg-69" style="edgeStyle=orthogonalEdgeStyle;rounded=0;orthogonalLoop=1;jettySize=auto;html=1;exitX=0;exitY=0.5;exitDx=0;exitDy=0;entryX=1;entryY=0.5;entryDx=0;entryDy=0;" target="-XfJxbzq6JQ09eZ_xA_D-10">
          <mxGeometry relative="1" as="geometry" />
        </mxCell>
        <mxCell id="RtUIXuhub3uIqNVm03qg-74" edge="1" parent="1" source="RtUIXuhub3uIqNVm03qg-70" style="edgeStyle=orthogonalEdgeStyle;rounded=0;orthogonalLoop=1;jettySize=auto;html=1;exitX=0;exitY=0.5;exitDx=0;exitDy=0;entryX=1;entryY=0.5;entryDx=0;entryDy=0;" target="-XfJxbzq6JQ09eZ_xA_D-10">
          <mxGeometry relative="1" as="geometry" />
        </mxCell>
        <mxCell id="RtUIXuhub3uIqNVm03qg-76" edge="1" parent="1" source="RtUIXuhub3uIqNVm03qg-75" style="edgeStyle=orthogonalEdgeStyle;rounded=0;orthogonalLoop=1;jettySize=auto;html=1;exitX=1;exitY=0.5;exitDx=0;exitDy=0;entryX=1;entryY=0.5;entryDx=0;entryDy=0;" target="RtUIXuhub3uIqNVm03qg-25">
          <mxGeometry relative="1" as="geometry" />
        </mxCell>
        <mxCell id="RtUIXuhub3uIqNVm03qg-78" edge="1" parent="1" source="RtUIXuhub3uIqNVm03qg-77" style="edgeStyle=orthogonalEdgeStyle;rounded=0;orthogonalLoop=1;jettySize=auto;html=1;exitX=1;exitY=0.5;exitDx=0;exitDy=0;entryX=0;entryY=0.5;entryDx=0;entryDy=0;" target="RtUIXuhub3uIqNVm03qg-67">
          <mxGeometry relative="1" as="geometry" />
        </mxCell>
      </root>
    </mxGraphModel>
  </diagram>
</mxfile>
